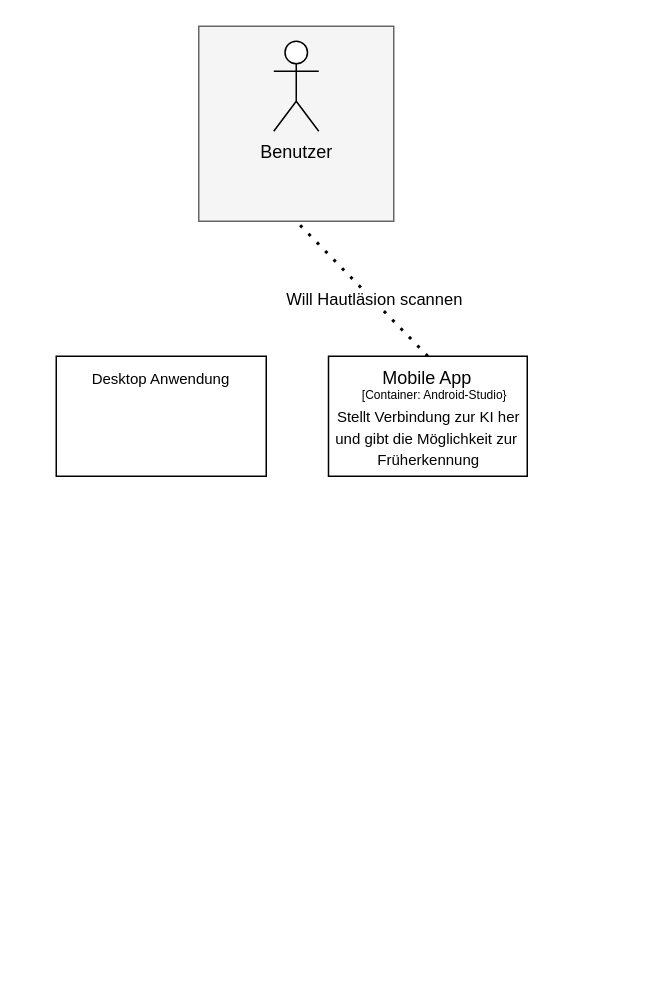
Above: documents/Diagramme/C4_Container_DermaAI.drawio in huthuthiddeli/DermaAI (draw.io), before the change. Source tidied: cells renumbered, new cells numbered last; positions are measured from the earlier drawing's top-left corner, leaving out a move shared by most shapes. Both pictures are drawn from the tidied source at 150%, with x=0, y=0 at pixel (56, 26).
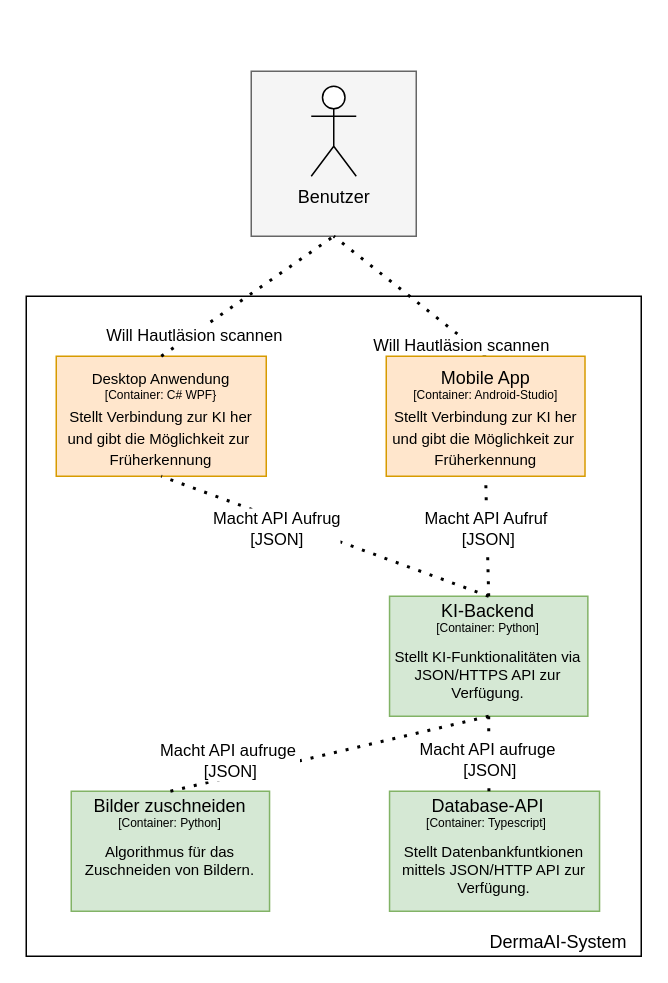
The same page after the edit.

Unchanged cells that the change refers to:
```xml
<mxCell id="11" value="&lt;font size=&quot;1&quot;&gt;Desktop Anwendung&lt;/font&gt;" style="text;html=1;align=center;verticalAlign=middle;whiteSpace=wrap;rounded=0;fontSize=9;" parent="1" vertex="1">
  <mxGeometry y="220" width="140" height="30" as="geometry" />
</mxCell>
```

Change to the diagram source:
```diff
@@
+    <mxCell id="12" style="rounded=0;whiteSpace=wrap;html=1;fillColor=#FFFFFF;strokeColor=#000000;" parent="1" vertex="1">
+      <mxGeometry x="-20" y="180" width="410" height="440" as="geometry" />
+    </mxCell>
     <mxCell id="2" style="whiteSpace=wrap;html=1;fillColor=#f5f5f5;strokeColor=#666666;fontColor=#333333;" parent="1" vertex="1">
-      <mxGeometry x="95" width="130" height="130" as="geometry" />
+      <mxGeometry x="130" y="30" width="110" height="110" as="geometry" />
     </mxCell>
     <mxCell id="3" value="Benutzer" style="shape=umlActor;verticalLabelPosition=bottom;verticalAlign=top;html=1;" parent="1" vertex="1">
-      <mxGeometry x="145" y="10" width="30" height="60" as="geometry" />
+      <mxGeometry x="170" y="40" width="30" height="60" as="geometry" />
     </mxCell>
     <mxCell id="4" style="edgeStyle=orthogonalEdgeStyle;rounded=0;orthogonalLoop=1;jettySize=auto;html=1;exitX=0.5;exitY=0;exitDx=0;exitDy=0;" parent="1" edge="1">
       <mxGeometry relative="1" as="geometry">
-        <mxPoint x="160" y="100" as="sourcePoint" />
-        <mxPoint x="160" y="100" as="targetPoint" />
+        <mxPoint x="195" y="130" as="sourcePoint" />
+        <mxPoint x="195" y="130" as="targetPoint" />
       </mxGeometry>
     </mxCell>
-    <mxCell id="5" style="endArrow=none;dashed=1;html=1;dashPattern=1 3;strokeWidth=2;rounded=0;exitX=0.5;exitY=0;exitDx=0;exitDy=0;" parent="1" edge="1" source="7">
-      <mxGeometry relative="1" as="geometry">
-        <mxPoint x="160" y="130" as="targetPoint" />
-      </mxGeometry>
+    <mxCell id="5" style="endArrow=none;dashed=1;html=1;dashPattern=1 3;strokeWidth=2;rounded=0;exitX=0.5;exitY=0;exitDx=0;exitDy=0;entryX=0.5;entryY=1;entryDx=0;entryDy=0;" parent="1" edge="1" source="7" target="2">
+      <mxGeometry relative="1" as="geometry" />
     </mxCell>
     <mxCell id="6" value="Will Hautläsion scannen" style="edgeLabel;html=1;align=center;verticalAlign=middle;" parent="5" vertex="1">
-      <mxGeometry x="-0.16" y="-1" relative="1" as="geometry" />
+      <mxGeometry x="-0.16" y="-1" relative="1" as="geometry">
+        <mxPoint x="25" y="27" as="offset" />
+      </mxGeometry>
     </mxCell>
-    <mxCell id="7" value="&lt;font size=&quot;1&quot;&gt;&lt;br&gt;&lt;br&gt;Stellt Verbindung zur KI her&lt;br&gt;und gibt die Möglichkeit zur&amp;nbsp;&lt;br&gt;Früherkennung&lt;/font&gt;" style="rounded=0;whiteSpace=wrap;html=1;" parent="1" vertex="1">
-      <mxGeometry x="181.5" y="220" width="132.5" height="80" as="geometry" />
+    <mxCell id="7" value="&lt;font size=&quot;1&quot;&gt;&lt;br&gt;&lt;br&gt;Stellt Verbindung zur KI her&lt;br&gt;und gibt die Möglichkeit zur&amp;nbsp;&lt;br&gt;Früherkennung&lt;/font&gt;" style="rounded=0;whiteSpace=wrap;html=1;fillColor=#ffe6cc;strokeColor=#d79b00;" parent="1" vertex="1">
+      <mxGeometry x="220" y="220" width="132.5" height="80" as="geometry" />
     </mxCell>
     <mxCell id="8" value="&lt;font style=&quot;font-size: 12px;&quot;&gt;Mobile App&lt;/font&gt;" style="text;html=1;align=center;verticalAlign=middle;whiteSpace=wrap;rounded=0;fontSize=9;" parent="1" vertex="1">
-      <mxGeometry x="205.2" y="220" width="85" height="30" as="geometry" />
+      <mxGeometry x="243.6" y="220" width="85" height="30" as="geometry" />
     </mxCell>
-    <mxCell id="9" value="&lt;font style=&quot;font-size: 8px;&quot;&gt;[Container: Android-Studio}&lt;/font&gt;" style="text;html=1;align=center;verticalAlign=middle;whiteSpace=wrap;rounded=0;" parent="1" vertex="1">
-      <mxGeometry x="144.8" y="240" width="215.2" height="10" as="geometry" />
+    <mxCell id="9" value="&lt;font style=&quot;font-size: 8px;&quot;&gt;[Container: Android-Studio]&lt;/font&gt;" style="text;html=1;align=center;verticalAlign=middle;whiteSpace=wrap;rounded=0;" parent="1" vertex="1">
+      <mxGeometry x="228.5" y="240" width="115.2" height="10" as="geometry" />
     </mxCell>
-    <mxCell id="10" style="rounded=0;whiteSpace=wrap;html=1;" parent="1" vertex="1">
+    <mxCell id="10" value="&lt;br style=&quot;font-size: x-small;&quot;&gt;&lt;br style=&quot;font-size: x-small;&quot;&gt;&lt;span style=&quot;font-size: x-small;&quot;&gt;Stellt Verbindung zur KI her&lt;/span&gt;&lt;br style=&quot;font-size: x-small;&quot;&gt;&lt;span style=&quot;font-size: x-small;&quot;&gt;und gibt die Möglichkeit zur&amp;nbsp;&lt;/span&gt;&lt;br style=&quot;font-size: x-small;&quot;&gt;&lt;span style=&quot;font-size: x-small;&quot;&gt;Früherkennung&lt;/span&gt;" style="rounded=0;whiteSpace=wrap;html=1;fillColor=#ffe6cc;strokeColor=#d79b00;" parent="1" vertex="1">
       <mxGeometry y="220" width="140" height="80" as="geometry" />
     </mxCell>
@@
+    <mxCell id="13" value="&lt;font style=&quot;font-size: 8px;&quot;&gt;[Container: C# WPF}&lt;/font&gt;" style="text;html=1;align=center;verticalAlign=middle;whiteSpace=wrap;rounded=0;" parent="1" vertex="1">
+      <mxGeometry x="16.2" y="240" width="107.6" height="10" as="geometry" />
+    </mxCell>
+    <mxCell id="14" style="endArrow=none;dashed=1;html=1;dashPattern=1 3;strokeWidth=2;rounded=0;entryX=0.5;entryY=1;entryDx=0;entryDy=0;exitX=0.5;exitY=0;exitDx=0;exitDy=0;" parent="1" edge="1" source="11" target="2">
+      <mxGeometry relative="1" as="geometry" />
+    </mxCell>
+    <mxCell id="15" value="Will Hautläsion scannen" style="edgeLabel;html=1;align=center;verticalAlign=middle;" parent="14" vertex="1">
+      <mxGeometry x="-0.63" y="-1" relative="1" as="geometry" />
+    </mxCell>
+    <mxCell id="16" value="&lt;div&gt;&lt;br&gt;&lt;/div&gt;&lt;div&gt;&lt;br&gt;&lt;/div&gt;Stellt KI-Funktionalitäten via JSON/HTTPS API zur Verfügung." style="rounded=0;whiteSpace=wrap;html=1;fontSize=10;align=center;fillColor=#d5e8d4;strokeColor=#82b366;" parent="1" vertex="1">
+      <mxGeometry x="222.2" y="380" width="132.2" height="80" as="geometry" />
+    </mxCell>
+    <mxCell id="17" value="&lt;font style=&quot;font-size: 12px;&quot;&gt;KI-Backend&lt;/font&gt;" style="text;html=1;align=center;verticalAlign=middle;whiteSpace=wrap;rounded=0;fontSize=9;" parent="1" vertex="1">
+      <mxGeometry x="252.2" y="380" width="72.2" height="20" as="geometry" />
+    </mxCell>
+    <mxCell id="18" value="&lt;font style=&quot;font-size: 8px;&quot;&gt;[Container: Python]&lt;/font&gt;" style="text;html=1;align=center;verticalAlign=middle;whiteSpace=wrap;rounded=0;" parent="1" vertex="1">
+      <mxGeometry x="248.4" y="390" width="79.9" height="20" as="geometry" />
+    </mxCell>
+    <mxCell id="19" value="&lt;br&gt;&lt;br&gt;Stellt Datenbankfuntkionen mittels JSON/HTTP API zur Verfügung.&lt;div&gt;&lt;/div&gt;" style="rounded=0;whiteSpace=wrap;html=1;fontSize=10;align=center;fillColor=#d5e8d4;strokeColor=#82b366;" parent="1" vertex="1">
+      <mxGeometry x="222.2" y="510" width="140" height="80" as="geometry" />
+    </mxCell>
+    <mxCell id="20" value="&lt;span style=&quot;font-size: 12px;&quot;&gt;Database-API&lt;/span&gt;" style="text;html=1;align=center;verticalAlign=middle;whiteSpace=wrap;rounded=0;fontSize=9;" parent="1" vertex="1">
+      <mxGeometry x="247.4" y="510" width="82.1" height="20" as="geometry" />
+    </mxCell>
+    <mxCell id="21" value="&lt;font style=&quot;font-size: 8px;&quot;&gt;[Container: Typescript]&lt;/font&gt;" style="text;html=1;align=center;verticalAlign=middle;whiteSpace=wrap;rounded=0;" parent="1" vertex="1">
+      <mxGeometry x="244.8" y="520" width="83.5" height="20" as="geometry" />
+    </mxCell>
+    <mxCell id="22" value="&lt;br&gt;Algorithmus für das Zuschneiden von Bildern.&lt;div&gt;&lt;/div&gt;" style="rounded=0;whiteSpace=wrap;html=1;fontSize=10;align=center;fillColor=#d5e8d4;strokeColor=#82b366;" parent="1" vertex="1">
+      <mxGeometry x="10" y="510" width="132.2" height="80" as="geometry" />
+    </mxCell>
+    <mxCell id="23" value="&lt;font style=&quot;font-size: 12px;&quot;&gt;Bilder zuschneiden&lt;/font&gt;" style="text;html=1;align=center;verticalAlign=middle;whiteSpace=wrap;rounded=0;fontSize=9;" parent="1" vertex="1">
+      <mxGeometry x="20" y="510" width="112.2" height="20" as="geometry" />
+    </mxCell>
+    <mxCell id="24" value="&lt;font style=&quot;font-size: 8px;&quot;&gt;[Container: Python]&lt;/font&gt;" style="text;html=1;align=center;verticalAlign=middle;whiteSpace=wrap;rounded=0;" parent="1" vertex="1">
+      <mxGeometry x="36.2" y="520" width="79.9" height="20" as="geometry" />
+    </mxCell>
+    <mxCell id="25" style="endArrow=none;dashed=1;html=1;dashPattern=1 3;strokeWidth=2;rounded=0;entryX=0.5;entryY=1;entryDx=0;entryDy=0;exitX=0.5;exitY=0;exitDx=0;exitDy=0;" parent="1" edge="1" source="17" target="10">
+      <mxGeometry relative="1" as="geometry" />
+    </mxCell>
+    <mxCell id="26" value="Macht API Aufrug&lt;br&gt;[JSON]" style="edgeLabel;html=1;align=center;verticalAlign=middle;" parent="25" vertex="1">
+      <mxGeometry x="0.3" y="-2" relative="1" as="geometry">
+        <mxPoint x="-1" y="8" as="offset" />
+      </mxGeometry>
+    </mxCell>
+    <mxCell id="27" style="endArrow=none;dashed=1;html=1;dashPattern=1 3;strokeWidth=2;rounded=0;entryX=0.5;entryY=1;entryDx=0;entryDy=0;exitX=0.5;exitY=0;exitDx=0;exitDy=0;" parent="1" edge="1" source="17" target="7">
+      <mxGeometry relative="1" as="geometry" />
+    </mxCell>
+    <mxCell id="28" value="Macht API Aufruf&amp;nbsp;&lt;br&gt;[JSON]" style="edgeLabel;html=1;align=center;verticalAlign=middle;" parent="27" vertex="1">
+      <mxGeometry x="0.16" relative="1" as="geometry" />
+    </mxCell>
+    <mxCell id="29" style="endArrow=none;dashed=1;html=1;dashPattern=1 3;strokeWidth=2;rounded=0;entryX=0.5;entryY=1;entryDx=0;entryDy=0;exitX=0.5;exitY=0;exitDx=0;exitDy=0;" parent="1" edge="1" source="20" target="16">
+      <mxGeometry relative="1" as="geometry" />
+    </mxCell>
+    <mxCell id="30" value="Macht API aufruge&amp;nbsp;&lt;br&gt;[JSON]" style="edgeLabel;html=1;align=center;verticalAlign=middle;" parent="29" vertex="1">
+      <mxGeometry x="-0.13" relative="1" as="geometry" />
+    </mxCell>
+    <mxCell id="31" value="DermaAI-System" style="text;html=1;align=center;verticalAlign=middle;whiteSpace=wrap;rounded=0;" parent="1" vertex="1">
+      <mxGeometry x="280" y="610" width="110" as="geometry" />
+    </mxCell>
+    <mxCell id="32" style="endArrow=none;dashed=1;html=1;dashPattern=1 3;strokeWidth=2;rounded=0;exitX=0.5;exitY=0;exitDx=0;exitDy=0;entryX=0.5;entryY=1;entryDx=0;entryDy=0;" parent="1" edge="1" source="23" target="16">
+      <mxGeometry relative="1" as="geometry" />
+    </mxCell>
+    <mxCell id="33" value="Macht API aufruge&amp;nbsp;&lt;br&gt;[JSON]" style="edgeLabel;html=1;align=center;verticalAlign=middle;" parent="32" vertex="1">
+      <mxGeometry x="-0.39" relative="1" as="geometry">
+        <mxPoint x="-25" y="-5" as="offset" />
+      </mxGeometry>
+    </mxCell>
```
